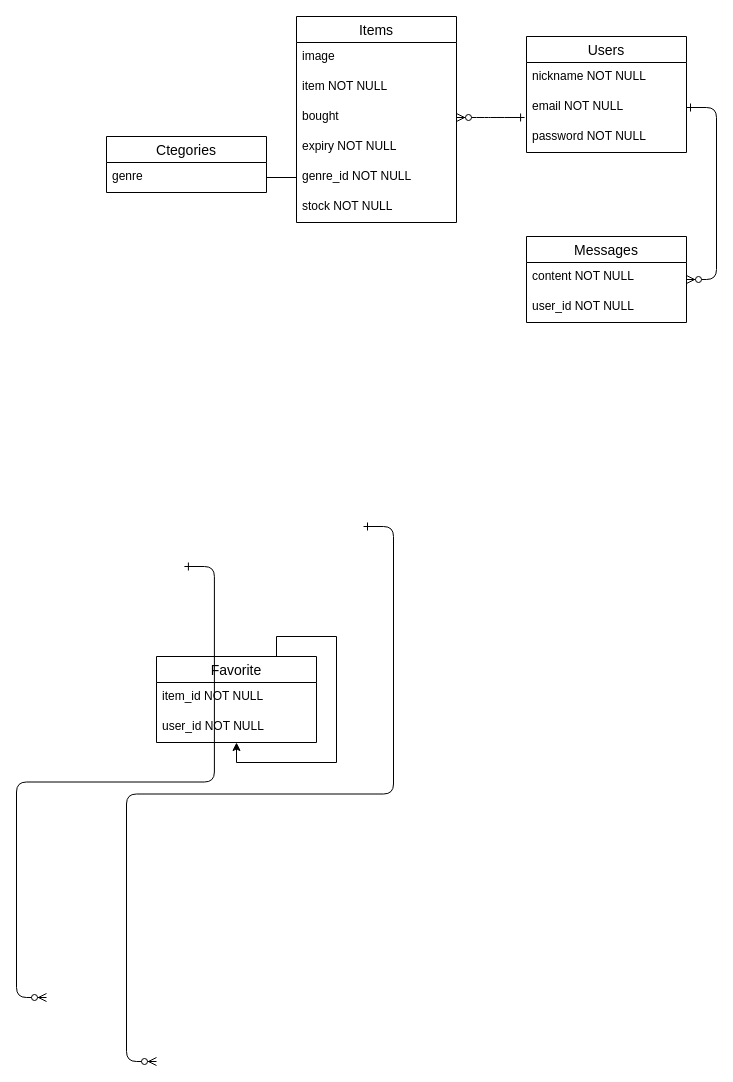
The draw.io diagram page "Page-1" (1 of 2) of ShoppingList_ER図.drawio in sorairo580/shopping_list, before the edit. Source tidied: cells renumbered, new cells numbered last; positions are measured from the earlier drawing's top-left corner, leaving out a move shared by most shapes. Both pictures are drawn from the tidied source at 100%, with x=0, y=0 at pixel (46, 16).
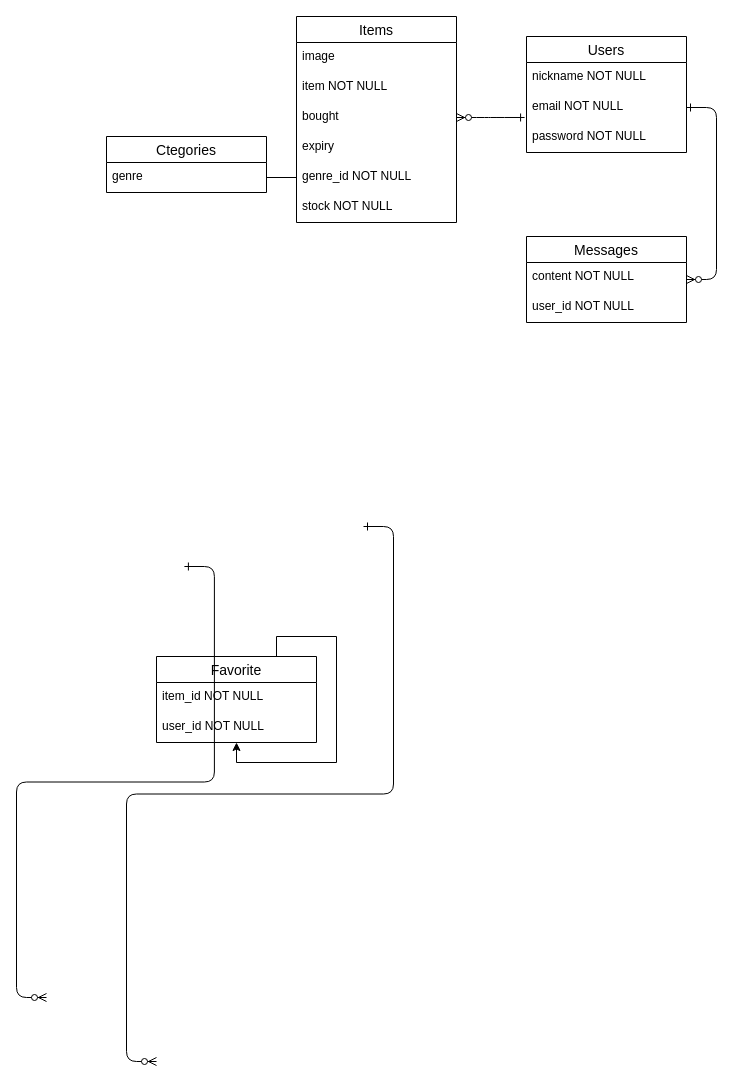
After the change.

The change refers to these unchanged cells:
```xml
<mxCell id="3" value="Items" style="swimlane;fontStyle=0;horizontal=1;startSize=26;align=center;fontSize=14;" parent="1" vertex="1">
  <mxGeometry x="250" width="160" height="206" as="geometry" />
</mxCell>
```

The edit, as a diff of the source:
```diff
@@
-    <mxCell id="7" value="expiry NOT NULL" style="text;strokeColor=none;fillColor=none;spacingLeft=4;spacingRight=4;overflow=hidden;fontSize=12;" parent="3" vertex="1">
+    <mxCell id="7" value="expiry" style="text;strokeColor=none;fillColor=none;spacingLeft=4;spacingRight=4;overflow=hidden;fontSize=12;" parent="3" vertex="1">
       <mxGeometry y="116" width="160" height="30" as="geometry" />
     </mxCell>
```
